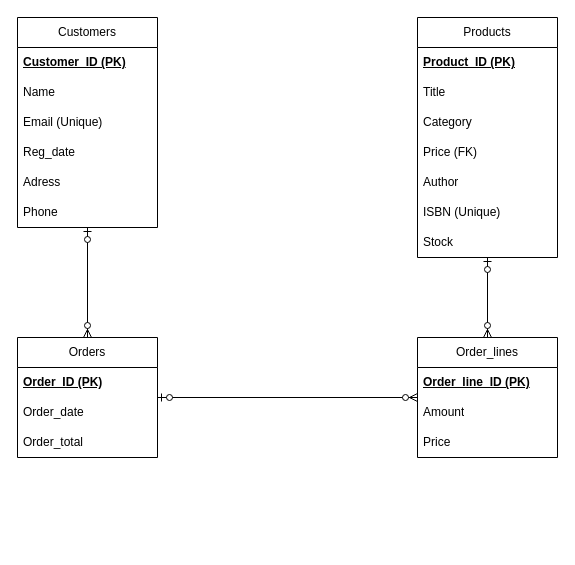
Before: ER_crow.drawio in MagRos715/inlamnning_1, a draw.io diagram. Source tidied: cells renumbered, new cells numbered last; positions are measured from the earlier drawing's top-left corner, leaving out a move shared by most shapes. Both pictures are drawn from the tidied source at 100%, with x=0, y=0 at pixel (17, 17).
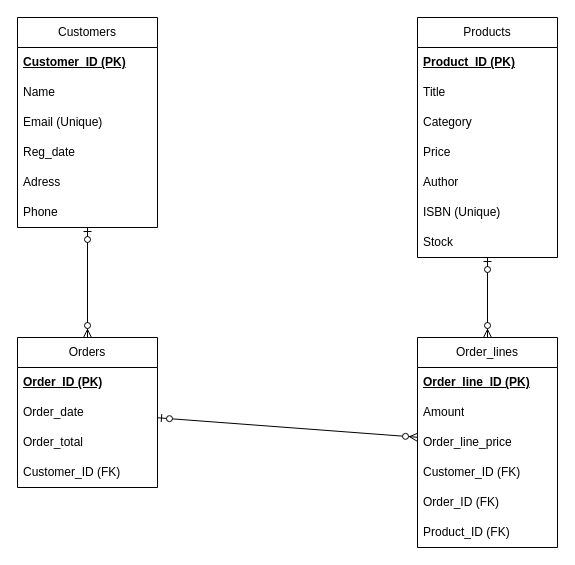
Above is the later version.

Unchanged cells that the change refers to:
```xml
<mxCell id="13" value="Products" style="swimlane;fontStyle=0;horizontal=1;startSize=30;whiteSpace=wrap;html=1;" parent="1" vertex="1">
  <mxGeometry x="400" width="140" height="240" as="geometry" />
</mxCell>
```

Change to the diagram source:
```diff
@@
     <mxCell id="9" value="Orders" style="swimlane;fontStyle=0;horizontal=1;startSize=30;whiteSpace=wrap;html=1;" parent="1" vertex="1">
-      <mxGeometry y="320" width="140" height="120" as="geometry" />
+      <mxGeometry y="320" width="140" height="150" as="geometry" />
     </mxCell>
@@
+    <mxCell id="28" value="Customer_ID (FK)" style="text;strokeColor=none;fillColor=none;align=left;verticalAlign=middle;spacingLeft=4;spacingRight=4;overflow=hidden;whiteSpace=wrap;html=1;" parent="9" vertex="1">
+      <mxGeometry y="120" width="140" height="30" as="geometry" />
+    </mxCell>
@@
-    <mxCell id="17" value="Price (FK)" style="text;strokeColor=none;fillColor=none;align=left;verticalAlign=middle;spacingLeft=4;spacingRight=4;overflow=hidden;whiteSpace=wrap;html=1;" parent="13" vertex="1">
+    <mxCell id="17" value="Price" style="text;strokeColor=none;fillColor=none;align=left;verticalAlign=middle;spacingLeft=4;spacingRight=4;overflow=hidden;whiteSpace=wrap;html=1;" parent="13" vertex="1">
       <mxGeometry y="120" width="140" height="30" as="geometry" />
     </mxCell>
@@
     <mxCell id="21" value="Order_lines" style="swimlane;fontStyle=0;horizontal=1;startSize=30;whiteSpace=wrap;html=1;" parent="1" vertex="1">
-      <mxGeometry x="400" y="320" width="140" height="120" as="geometry" />
+      <mxGeometry x="400" y="320" width="140" height="210" as="geometry" />
     </mxCell>
@@
-    <mxCell id="24" value="Price" style="text;strokeColor=none;fillColor=none;align=left;verticalAlign=middle;spacingLeft=4;spacingRight=4;overflow=hidden;whiteSpace=wrap;html=1;" parent="21" vertex="1">
+    <mxCell id="24" value="Order_line_price" style="text;strokeColor=none;fillColor=none;align=left;verticalAlign=middle;spacingLeft=4;spacingRight=4;overflow=hidden;whiteSpace=wrap;html=1;" parent="21" vertex="1">
       <mxGeometry y="90" width="140" height="30" as="geometry" />
     </mxCell>
+    <mxCell id="29" value="Customer_ID (FK)" style="text;strokeColor=none;fillColor=none;align=left;verticalAlign=middle;spacingLeft=4;spacingRight=4;overflow=hidden;whiteSpace=wrap;html=1;" parent="21" vertex="1">
+      <mxGeometry y="120" width="140" height="30" as="geometry" />
+    </mxCell>
+    <mxCell id="30" value="Order_ID (FK)" style="text;strokeColor=none;fillColor=none;align=left;verticalAlign=middle;spacingLeft=4;spacingRight=4;overflow=hidden;whiteSpace=wrap;html=1;" parent="21" vertex="1">
+      <mxGeometry y="150" width="140" height="30" as="geometry" />
+    </mxCell>
+    <mxCell id="31" value="Product_ID (FK)" style="text;strokeColor=none;fillColor=none;align=left;verticalAlign=middle;spacingLeft=4;spacingRight=4;overflow=hidden;whiteSpace=wrap;html=1;" parent="21" vertex="1">
+      <mxGeometry y="180" width="140" height="30" as="geometry" />
+    </mxCell>
```
